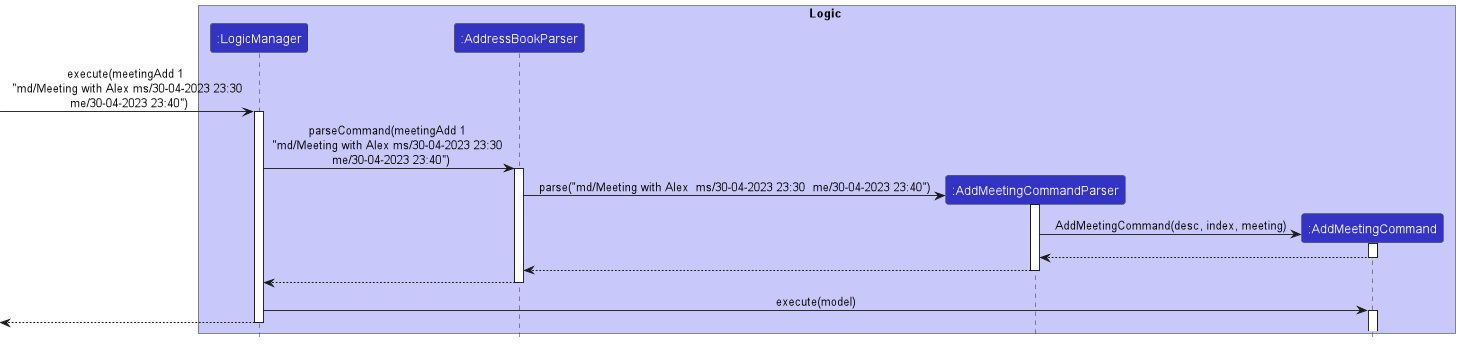
This is docs/images/AddMeetingParseSequenceDiagram.PNG from nus-cs2103-AY2223S2/tp, a PlantUML export, as it was before one commit.
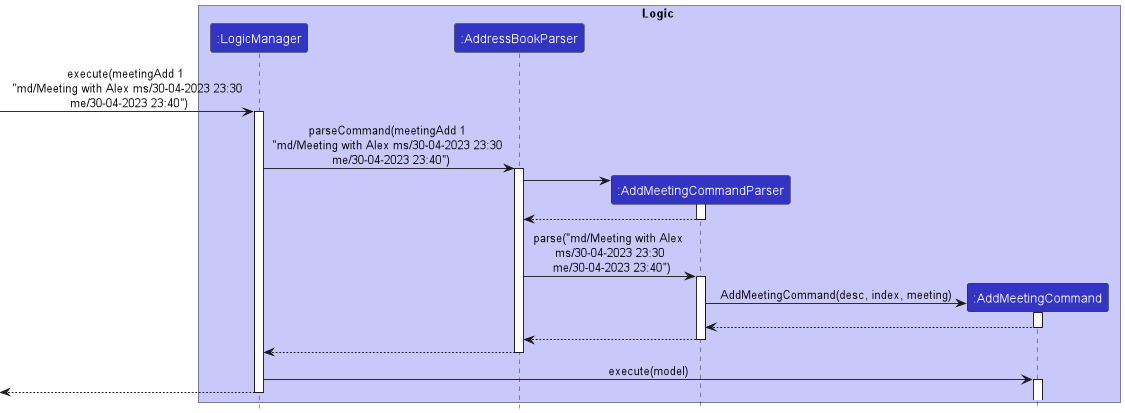
Later version of the same file.

Commit message:
Update PUML diagram for AddMeetingParse

The edit, as a diff of the source:
```diff
@@ -15,7 +15,13 @@
 activate AddressBookParser
 
 create AddMeetingCommandParser
-AddressBookParser -> AddMeetingCommandParser : parse("md/Meeting with Alex  ms/30-04-2023 23:30  me/30-04-2023 23:40")
+AddressBookParser -> AddMeetingCommandParser
+activate AddMeetingCommandParser
+
+AddMeetingCommandParser --> AddressBookParser
+deactivate AddMeetingCommandParser
+
+AddressBookParser -> AddMeetingCommandParser : parse("md/Meeting with Alex \n ms/30-04-2023 23:30 \n me/30-04-2023 23:40")
 activate AddMeetingCommandParser
 
 create AddMeetingCommand
```
